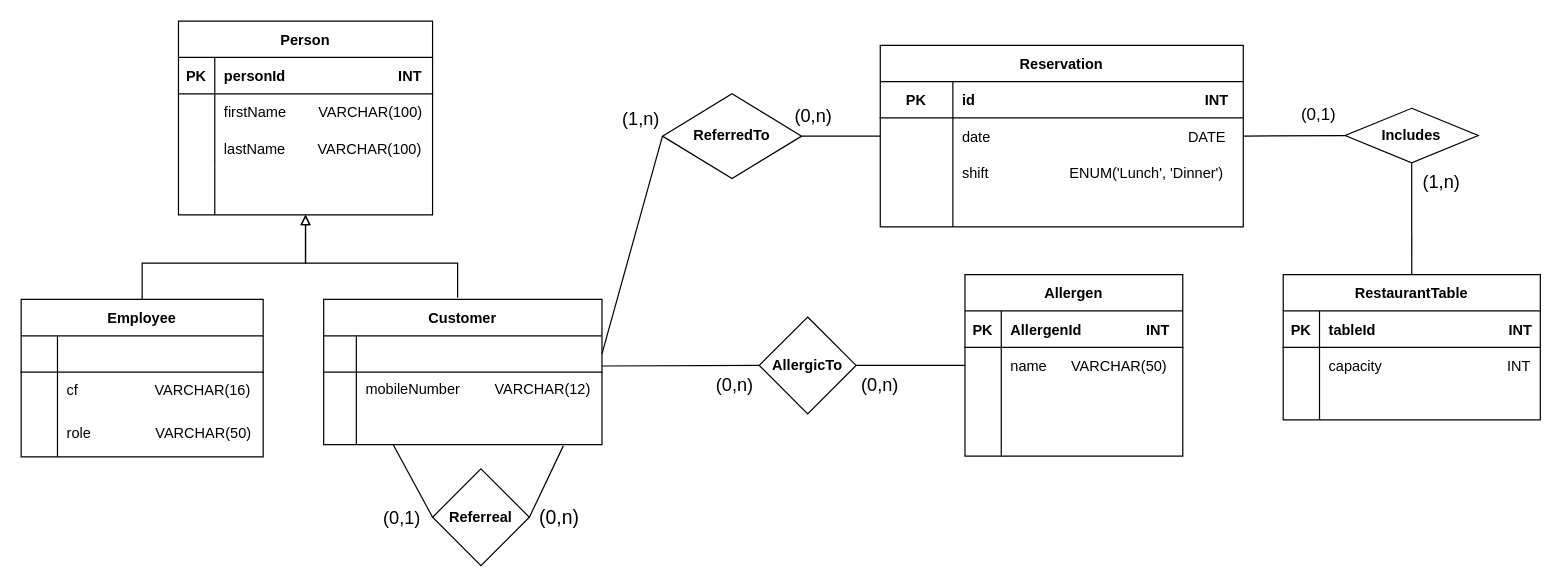
Before: docs/ER.drawio in BindaPaolo/provarist, a draw.io diagram. Source tidied: cells renumbered, new cells numbered last; positions are measured from the earlier drawing's top-left corner, leaving out a move shared by most shapes. Both pictures are drawn from the tidied source at 121%, with x=0, y=0 at pixel (21, 21).
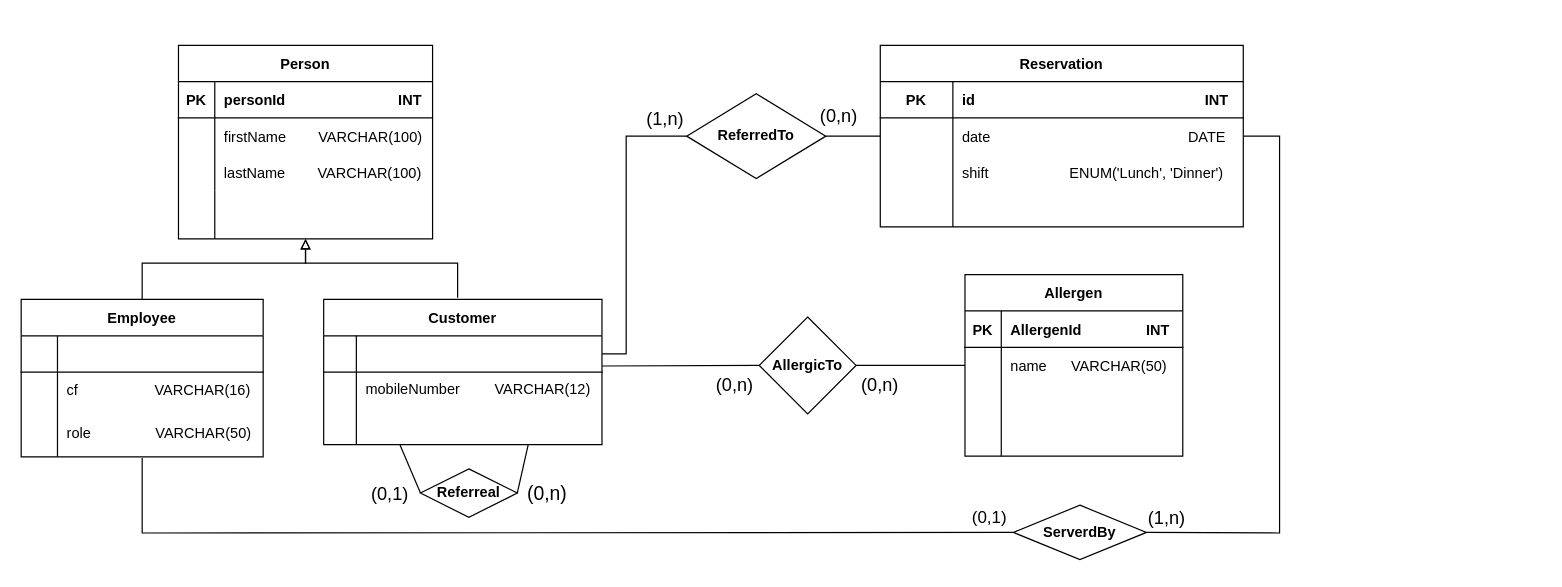
After the change.

The change refers to these unchanged cells:
```xml
<mxCell id="12" value="Employee" style="shape=table;startSize=30;childLayout=tableLayout;rowLines=0;fontStyle=1;align=center;" parent="1" vertex="1">
  <mxGeometry y="230" width="200" height="130" as="geometry" />
</mxCell>
<mxCell id="19" style="shape=partialRectangle;fillColor=none;top=0;left=0;bottom=0;right=0;points=[[0,0.5],[1,0.5]];portConstraint=eastwest;" parent="12" vertex="1">
  <mxGeometry y="90" width="200" height="40" as="geometry" />
</mxCell>
<mxCell id="30" style="shape=partialRectangle;fillColor=none;top=0;left=0;bottom=0;right=0;points=[[0,0.5],[1,0.5]];portConstraint=eastwest;" parent="26" vertex="1">
  <mxGeometry y="60" width="300" height="30" as="geometry" />
</mxCell>
<mxCell id="80" style="shape=partialRectangle;html=1;whiteSpace=wrap;fillColor=none;top=0;left=0;bottom=1;right=0;points=[[0,0.5],[1,0.5]];portConstraint=eastwest;" parent="79" vertex="1">
  <mxGeometry y="30" width="230" height="30" as="geometry" />
</mxCell>
<mxCell id="86" style="shape=partialRectangle;html=1;whiteSpace=wrap;fillColor=none;top=0;left=0;bottom=0;right=0;points=[[0,0.5],[1,0.5]];portConstraint=eastwest;" parent="79" vertex="1">
  <mxGeometry y="90" width="230" height="30" as="geometry" />
</mxCell>
```

Diff of the diagram source:
```diff
@@
     <mxCell id="2" value="Person" style="shape=table;startSize=30;childLayout=tableLayout;rowLines=0;fontStyle=1;align=center;" parent="1" vertex="1">
-      <mxGeometry x="130" width="210" height="160" as="geometry" />
+      <mxGeometry x="130" y="20" width="210" height="160" as="geometry" />
     </mxCell>
@@
-    <mxCell id="22" style="edgeStyle=elbowEdgeStyle;elbow=vertical;endArrow=block;html=1;rounded=0;strokeColor=#000000;endFill=0;exitX=0.5;exitY=0;exitDx=0;exitDy=0;" parent="1" edge="1" source="12">
+    <mxCell id="22" style="edgeStyle=elbowEdgeStyle;elbow=vertical;endArrow=block;html=1;rounded=0;strokeColor=#000000;endFill=0;exitX=0.5;exitY=0;exitDx=0;exitDy=0;entryX=0.5;entryY=1;entryDx=0;entryDy=0;" parent="1" edge="1" source="12" target="2">
       <mxGeometry relative="1" as="geometry">
-        <mxPoint x="235" y="160" as="targetPoint" />
         <Array as="points">
           <mxPoint x="170" y="200" />
           <mxPoint x="220" y="200" />
           <mxPoint x="130" y="200" />
           <mxPoint x="120" y="200" />
           <mxPoint x="200" y="190" />
           <mxPoint x="170" y="205" />
         </Array>
       </mxGeometry>
     </mxCell>
@@
     <mxCell id="25" value="&lt;b&gt;Referreal&lt;/b&gt;" style="rhombus;whiteSpace=wrap;html=1;fillColor=none;" parent="1" vertex="1">
-      <mxGeometry x="340" y="370" width="80" height="80" as="geometry" />
+      <mxGeometry x="330" y="370" width="80" height="40" as="geometry" />
     </mxCell>
@@
-    <mxCell id="55" style="endArrow=none;html=1;rounded=0;strokeColor=#000000;exitX=0;exitY=0.5;exitDx=0;exitDy=0;entryX=0.25;entryY=1;entryDx=0;entryDy=0;entryPerimeter=0;" parent="1" edge="1" source="25" target="86">
+    <mxCell id="55" style="endArrow=none;html=1;rounded=0;strokeColor=#000000;exitX=0;exitY=0.5;exitDx=0;exitDy=0;entryX=0.274;entryY=1;entryDx=0;entryDy=0;entryPerimeter=0;" parent="1" edge="1" source="25" target="86">
       <mxGeometry relative="1" as="geometry" />
     </mxCell>
-    <mxCell id="56" style="endArrow=none;html=1;rounded=0;strokeColor=#000000;exitX=1;exitY=0.5;exitDx=0;exitDy=0;entryX=0.861;entryY=1.033;entryDx=0;entryDy=0;entryPerimeter=0;" parent="1" edge="1" source="25" target="86">
+    <mxCell id="56" style="endArrow=none;html=1;rounded=0;strokeColor=#000000;exitX=1;exitY=0.5;exitDx=0;exitDy=0;entryX=0.735;entryY=1;entryDx=0;entryDy=0;entryPerimeter=0;" parent="1" edge="1" source="25" target="86">
       <mxGeometry relative="1" as="geometry" />
     </mxCell>
     <mxCell id="57" value="(0,1)" style="text;html=1;strokeColor=none;fillColor=none;align=center;verticalAlign=middle;whiteSpace=wrap;rounded=0;fontSize=15;" parent="1" vertex="1">
-      <mxGeometry x="300" y="400" width="30" height="20" as="geometry" />
+      <mxGeometry x="290" y="380" width="30" height="20" as="geometry" />
     </mxCell>
     <mxCell id="58" value="(0,n)" style="text;html=1;strokeColor=none;fillColor=none;align=center;verticalAlign=middle;whiteSpace=wrap;rounded=0;fontSize=16;" parent="1" vertex="1">
-      <mxGeometry x="430" y="400" width="30" height="20" as="geometry" />
+      <mxGeometry x="420" y="380" width="30" height="20" as="geometry" />
     </mxCell>
@@
     <mxCell id="60" value="(0,n)" style="text;html=1;strokeColor=none;fillColor=none;align=center;verticalAlign=middle;whiteSpace=wrap;rounded=0;fontSize=15;" parent="1" vertex="1">
-      <mxGeometry x="645" y="70" width="20" height="15" as="geometry" />
+      <mxGeometry x="666" y="70" width="20" height="15" as="geometry" />
     </mxCell>
     <mxCell id="61" value="&lt;b&gt;ReferredTo&lt;/b&gt;" style="rhombus;whiteSpace=wrap;html=1;fillColor=none;" parent="1" vertex="1">
-      <mxGeometry x="530" y="60" width="115" height="70" as="geometry" />
+      <mxGeometry x="550" y="60" width="115" height="70" as="geometry" />
     </mxCell>
     <mxCell id="62" style="endArrow=none;html=1;rounded=0;strokeColor=#000000;exitX=1;exitY=0.5;exitDx=0;exitDy=0;entryX=0;entryY=0.5;entryDx=0;entryDy=0;" parent="1" edge="1" source="80" target="61">
-      <mxGeometry relative="1" as="geometry" />
+      <mxGeometry relative="1" as="geometry">
+        <Array as="points">
+          <mxPoint x="500" y="275" />
+          <mxPoint x="500" y="95" />
+        </Array>
+      </mxGeometry>
     </mxCell>
     <mxCell id="63" value="(1,n)" style="text;html=1;strokeColor=none;fillColor=none;align=center;verticalAlign=middle;whiteSpace=wrap;rounded=0;strokeWidth=3;fontSize=15;" parent="1" vertex="1">
-      <mxGeometry x="495" y="70" width="35" height="20" as="geometry" />
+      <mxGeometry x="515" y="70" width="35" height="20" as="geometry" />
     </mxCell>
-    <mxCell id="64" style="endArrow=none;html=1;rounded=0;fontSize=16;strokeColor=#000000;exitX=1;exitY=0.5;exitDx=0;exitDy=0;entryX=0;entryY=0.5;entryDx=0;entryDy=0;" parent="1" edge="1" source="30" target="65">
-      <mxGeometry relative="1" as="geometry" />
+    <mxCell id="64" style="endArrow=none;html=1;rounded=0;fontSize=16;strokeColor=#000000;exitX=1;exitY=0.5;exitDx=0;exitDy=0;entryX=1;entryY=0.5;entryDx=0;entryDy=0;" parent="1" edge="1" source="30" target="65">
+      <mxGeometry relative="1" as="geometry">
+        <Array as="points">
+          <mxPoint x="1040" y="95" />
+          <mxPoint x="1040" y="260" />
+          <mxPoint x="1040" y="423" />
+        </Array>
+      </mxGeometry>
     </mxCell>
-    <mxCell id="65" value="&lt;b&gt;Includes&lt;br&gt;&lt;/b&gt;" style="rhombus;whiteSpace=wrap;html=1;fillColor=none;" parent="1" vertex="1">
-      <mxGeometry x="1094.2" y="72" width="110" height="45" as="geometry" />
+    <mxCell id="65" value="&lt;b&gt;ServerdBy&lt;br&gt;&lt;/b&gt;" style="rhombus;whiteSpace=wrap;html=1;fillColor=none;" parent="1" vertex="1">
+      <mxGeometry x="820" y="400" width="110" height="45" as="geometry" />
     </mxCell>
-    <mxCell id="66" value="RestaurantTable" style="shape=table;startSize=30;childLayout=tableLayout;rowLines=0;fontStyle=1;align=center;fillColor=none;" parent="1" vertex="1">
-      <mxGeometry x="1043" y="209.5" width="212.5" height="120" as="geometry" />
-    </mxCell>
-    <mxCell id="67" style="shape=partialRectangle;fillColor=none;top=0;left=0;bottom=1;right=0;" parent="66" vertex="1">
-      <mxGeometry y="30" width="212.5" height="30" as="geometry" />
-    </mxCell>
-    <mxCell id="68" value="PK" style="shape=partialRectangle;fillColor=none;top=0;left=0;bottom=0;right=0;fontStyle=1;overflow=hidden;" parent="67" vertex="1">
-      <mxGeometry width="30" height="30" as="geometry" />
-    </mxCell>
-    <mxCell id="69" value="tableId                                 INT" style="shape=partialRectangle;fillColor=none;top=0;left=0;bottom=0;right=0;align=left;spacingLeft=6;fontStyle=1;overflow=hidden;" parent="67" vertex="1">
-      <mxGeometry x="30" width="182.5" height="30" as="geometry" />
-    </mxCell>
-    <mxCell id="70" style="shape=partialRectangle;fillColor=none;top=0;left=0;bottom=0;right=0;" parent="66" vertex="1">
-      <mxGeometry y="60" width="212.5" height="30" as="geometry" />
-    </mxCell>
-    <mxCell id="71" style="shape=partialRectangle;fillColor=none;top=0;left=0;bottom=0;right=0;overflow=hidden;" parent="70" vertex="1">
-      <mxGeometry width="30" height="30" as="geometry" />
-    </mxCell>
-    <mxCell id="72" value="capacity                               INT" style="shape=partialRectangle;fillColor=none;top=0;left=0;bottom=0;right=0;align=left;spacingLeft=6;overflow=hidden;" parent="70" vertex="1">
-      <mxGeometry x="30" width="182.5" height="30" as="geometry" />
-    </mxCell>
-    <mxCell id="73" style="shape=partialRectangle;fillColor=none;top=0;left=0;bottom=0;right=0;" parent="66" vertex="1">
-      <mxGeometry y="90" width="212.5" height="30" as="geometry" />
-    </mxCell>
-    <mxCell id="74" style="shape=partialRectangle;fillColor=none;top=0;left=0;bottom=0;right=0;overflow=hidden;" parent="73" vertex="1">
-      <mxGeometry width="30" height="30" as="geometry" />
-    </mxCell>
-    <mxCell id="75" style="shape=partialRectangle;fillColor=none;top=0;left=0;bottom=0;right=0;align=left;spacingLeft=6;overflow=hidden;" parent="73" vertex="1">
-      <mxGeometry x="30" width="182.5" height="30" as="geometry" />
-    </mxCell>
     <mxCell id="76" style="endArrow=none;html=1;rounded=0;fontSize=16;fontColor=none;strokeColor=#000000;" parent="1" edge="1">
       <mxGeometry relative="1" as="geometry">
-        <mxPoint x="160" y="160" as="sourcePoint" />
-        <mxPoint x="160" y="120" as="targetPoint" />
+        <mxPoint x="160" y="180" as="sourcePoint" />
+        <mxPoint x="160" y="140" as="targetPoint" />
       </mxGeometry>
     </mxCell>
-    <mxCell id="77" style="endArrow=none;html=1;rounded=0;fontSize=16;fontColor=none;strokeColor=#000000;entryX=0.5;entryY=1;entryDx=0;entryDy=0;exitX=0.5;exitY=0;exitDx=0;exitDy=0;" parent="1" edge="1" source="66" target="65">
-      <mxGeometry relative="1" as="geometry" />
+    <mxCell id="77" style="endArrow=none;html=1;rounded=0;fontSize=16;fontColor=none;strokeColor=#000000;entryX=0;entryY=0.5;entryDx=0;entryDy=0;exitX=0.5;exitY=1.025;exitDx=0;exitDy=0;exitPerimeter=0;" parent="1" edge="1" source="19" target="65">
+      <mxGeometry relative="1" as="geometry">
+        <Array as="points">
+          <mxPoint x="100" y="423" />
+        </Array>
+      </mxGeometry>
     </mxCell>
     <mxCell id="78" value="(1,n)" style="text;html=1;strokeColor=none;fillColor=none;align=center;verticalAlign=middle;whiteSpace=wrap;rounded=0;fontSize=15;fontColor=none;" parent="1" vertex="1">
-      <mxGeometry x="1144.2" y="117" width="60" height="30" as="geometry" />
+      <mxGeometry x="917" y="395" width="60" height="30" as="geometry" />
     </mxCell>
@@
     <mxCell id="91" value="&lt;font style=&quot;font-size: 14px&quot;&gt;(0,1)&lt;/font&gt;" style="text;html=1;align=center;verticalAlign=middle;strokeColor=none;fillColor=none;" parent="1" vertex="1">
-      <mxGeometry x="1052.2" y="67" width="40" height="20" as="geometry" />
+      <mxGeometry x="780" y="400" width="40" height="20" as="geometry" />
     </mxCell>
```
